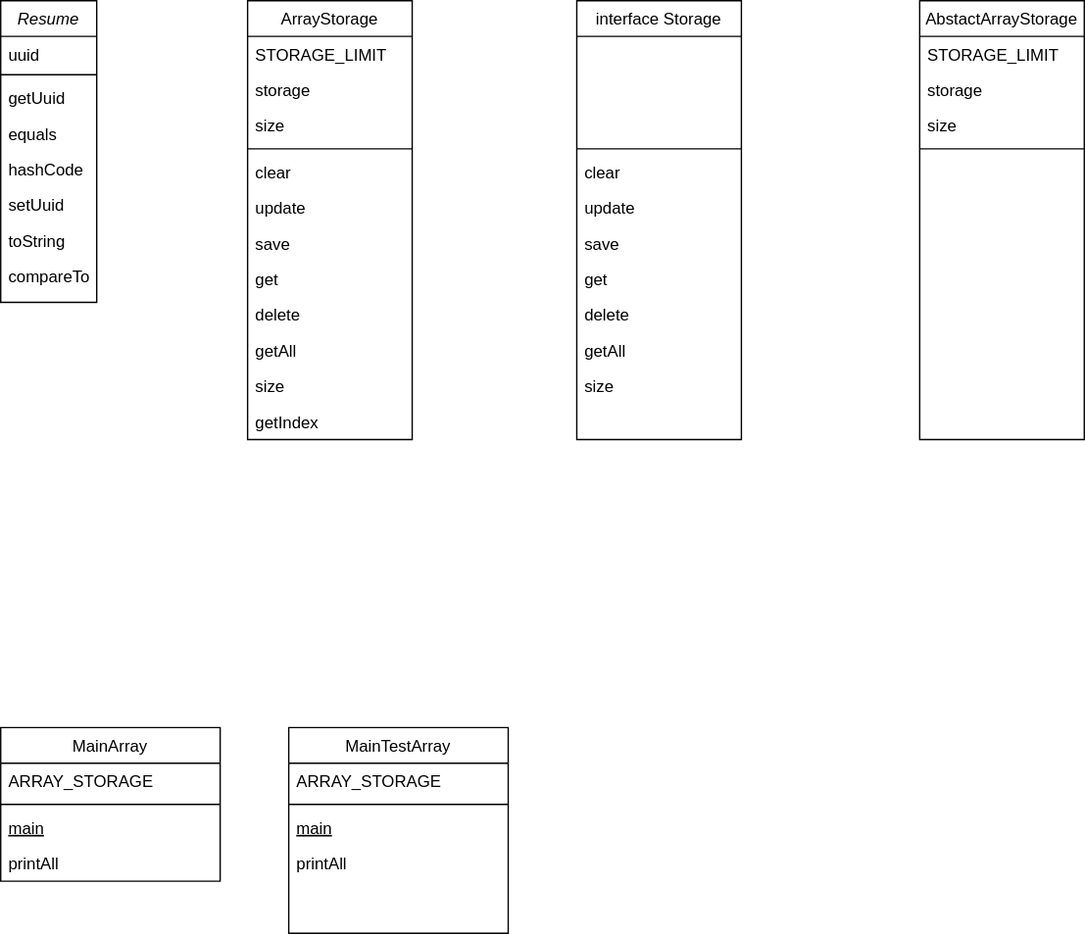
Above: Диаграмма без названия.drawio.svg in darken321/diagrams (draw.io), before the change. Source tidied: cells renumbered, new cells last; positions are measured from the earlier drawing's top-left corner, leaving out a move shared by most shapes.
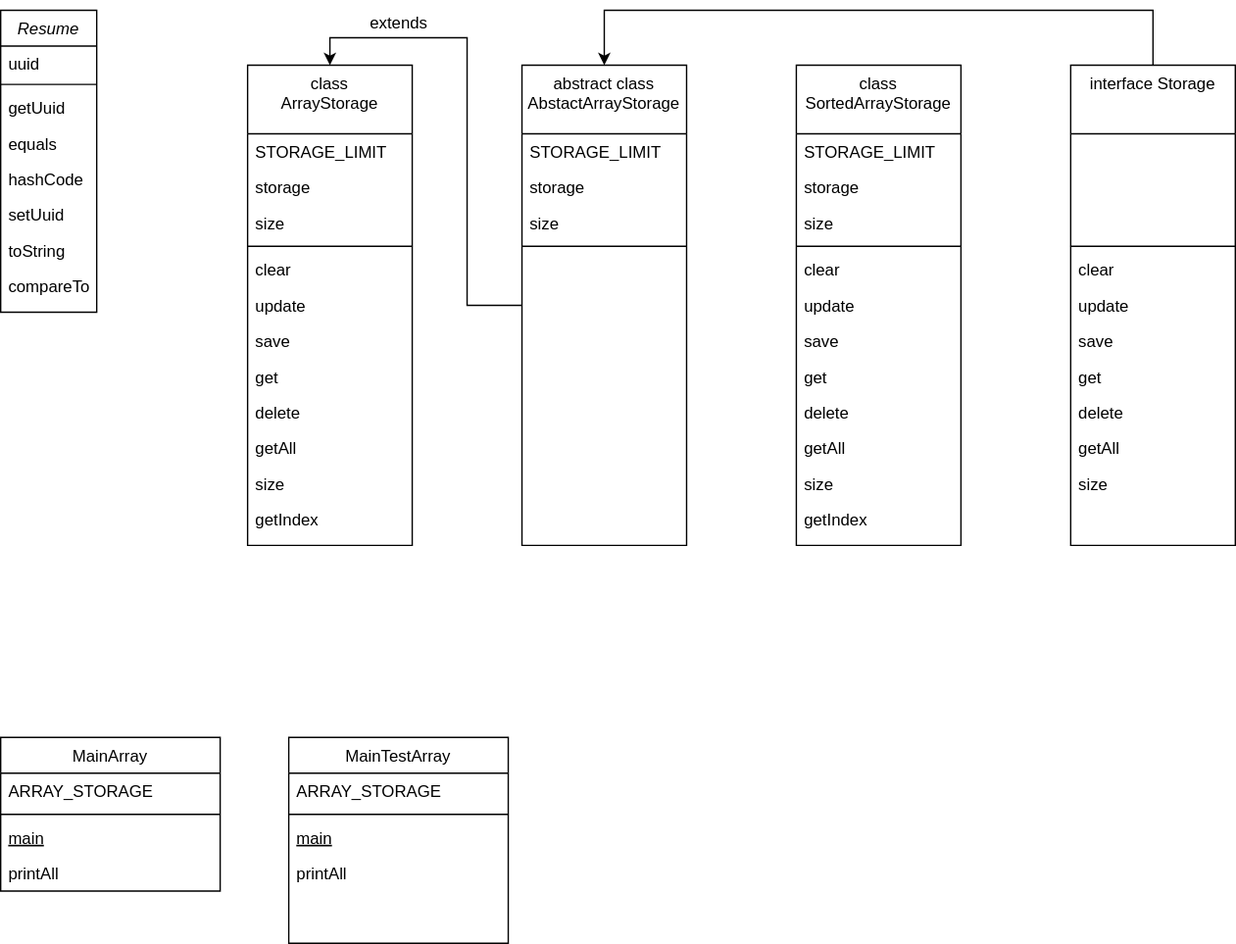
The same diagram one commit later.

The edit, as a diff of the source:
```diff
@@ -59,95 +59,148 @@
     <mxCell id="20" value="printAll" style="text;align=left;verticalAlign=top;spacingLeft=4;spacingRight=4;overflow=hidden;" parent="16" vertex="1">
       <mxGeometry y="86" width="160" height="26" as="geometry" />
     </mxCell>
-    <mxCell id="21" value="ArrayStorage" style="swimlane;fontStyle=0;align=center;verticalAlign=top;horizontal=1;startSize=26;rounded=0;shadow=0;strokeWidth=1;" parent="1" vertex="1">
-      <mxGeometry x="180" width="120" height="320" as="geometry" />
+    <mxCell id="21" value="class&#10;ArrayStorage" style="swimlane;fontStyle=0;align=center;verticalAlign=top;horizontal=1;startSize=50;rounded=0;shadow=0;strokeWidth=1;" parent="1" vertex="1">
+      <mxGeometry x="180" y="40" width="120" height="350" as="geometry" />
     </mxCell>
     <mxCell id="22" value="STORAGE_LIMIT" style="text;align=left;verticalAlign=top;spacingLeft=4;spacingRight=4;overflow=hidden;" parent="21" vertex="1">
-      <mxGeometry y="26" width="120" height="26" as="geometry" />
+      <mxGeometry y="50" width="120" height="26" as="geometry" />
     </mxCell>
     <mxCell id="23" value="storage" style="text;align=left;verticalAlign=top;spacingLeft=4;spacingRight=4;overflow=hidden;rounded=0;shadow=0;html=0;" parent="21" vertex="1">
-      <mxGeometry y="52" width="120" height="26" as="geometry" />
+      <mxGeometry y="76" width="120" height="26" as="geometry" />
     </mxCell>
     <mxCell id="24" value="size" style="text;align=left;verticalAlign=top;spacingLeft=4;spacingRight=4;overflow=hidden;rounded=0;shadow=0;html=0;" parent="21" vertex="1">
-      <mxGeometry y="78" width="120" height="26" as="geometry" />
+      <mxGeometry y="102" width="120" height="26" as="geometry" />
     </mxCell>
     <mxCell id="25" style="line;html=1;strokeWidth=1;align=left;verticalAlign=middle;spacingTop=-1;spacingLeft=3;spacingRight=3;labelPosition=right;" parent="21" vertex="1">
-      <mxGeometry y="104" width="120" height="8" as="geometry" />
+      <mxGeometry y="128" width="120" height="8" as="geometry" />
     </mxCell>
     <mxCell id="26" value="clear" style="text;align=left;verticalAlign=top;spacingLeft=4;spacingRight=4;overflow=hidden;" parent="21" vertex="1">
-      <mxGeometry y="112" width="120" height="26" as="geometry" />
+      <mxGeometry y="136" width="120" height="26" as="geometry" />
     </mxCell>
     <mxCell id="27" value="update" style="text;align=left;verticalAlign=top;spacingLeft=4;spacingRight=4;overflow=hidden;" parent="21" vertex="1">
-      <mxGeometry y="138" width="120" height="26" as="geometry" />
+      <mxGeometry y="162" width="120" height="26" as="geometry" />
     </mxCell>
     <mxCell id="28" value="save" style="text;align=left;verticalAlign=top;spacingLeft=4;spacingRight=4;overflow=hidden;" parent="21" vertex="1">
-      <mxGeometry y="164" width="120" height="26" as="geometry" />
+      <mxGeometry y="188" width="120" height="26" as="geometry" />
     </mxCell>
     <mxCell id="29" value="get" style="text;align=left;verticalAlign=top;spacingLeft=4;spacingRight=4;overflow=hidden;" parent="21" vertex="1">
-      <mxGeometry y="190" width="120" height="26" as="geometry" />
+      <mxGeometry y="214" width="120" height="26" as="geometry" />
     </mxCell>
     <mxCell id="30" value="delete" style="text;align=left;verticalAlign=top;spacingLeft=4;spacingRight=4;overflow=hidden;" parent="21" vertex="1">
-      <mxGeometry y="216" width="120" height="26" as="geometry" />
+      <mxGeometry y="240" width="120" height="26" as="geometry" />
     </mxCell>
     <mxCell id="31" value="getAll" style="text;align=left;verticalAlign=top;spacingLeft=4;spacingRight=4;overflow=hidden;" parent="21" vertex="1">
-      <mxGeometry y="242" width="120" height="26" as="geometry" />
+      <mxGeometry y="266" width="120" height="26" as="geometry" />
     </mxCell>
     <mxCell id="32" value="size" style="text;align=left;verticalAlign=top;spacingLeft=4;spacingRight=4;overflow=hidden;" parent="21" vertex="1">
-      <mxGeometry y="268" width="120" height="26" as="geometry" />
+      <mxGeometry y="292" width="120" height="26" as="geometry" />
     </mxCell>
     <mxCell id="33" value="getIndex" style="text;align=left;verticalAlign=top;spacingLeft=4;spacingRight=4;overflow=hidden;" parent="21" vertex="1">
-      <mxGeometry y="294" width="120" height="26" as="geometry" />
+      <mxGeometry y="318" width="120" height="26" as="geometry" />
     </mxCell>
+    <mxCell id="51" style="edgeStyle=orthogonalEdgeStyle;rounded=0;jettySize=auto;html=1;entryX=0.5;entryY=0;entryDx=0;entryDy=0;" parent="1" edge="1" source="34" target="21">
+      <mxGeometry relative="1" as="geometry" />
+    </mxCell>
-    <mxCell id="34" value="AbstactArrayStorage" style="swimlane;fontStyle=0;align=center;verticalAlign=top;horizontal=1;startSize=26;rounded=0;shadow=0;strokeWidth=1;" parent="1" vertex="1">
-      <mxGeometry x="670" width="120" height="320" as="geometry" />
+    <mxCell id="34" value="abstract class&#10;AbstactArrayStorage" style="swimlane;fontStyle=0;align=center;verticalAlign=top;horizontal=1;startSize=50;rounded=0;shadow=0;strokeWidth=1;" parent="1" vertex="1">
+      <mxGeometry x="380" y="40" width="120" height="350" as="geometry" />
     </mxCell>
     <mxCell id="35" value="STORAGE_LIMIT" style="text;align=left;verticalAlign=top;spacingLeft=4;spacingRight=4;overflow=hidden;" parent="34" vertex="1">
-      <mxGeometry y="26" width="120" height="26" as="geometry" />
+      <mxGeometry y="50" width="120" height="26" as="geometry" />
     </mxCell>
     <mxCell id="36" value="storage" style="text;align=left;verticalAlign=top;spacingLeft=4;spacingRight=4;overflow=hidden;rounded=0;shadow=0;html=0;" parent="34" vertex="1">
-      <mxGeometry y="52" width="120" height="26" as="geometry" />
+      <mxGeometry y="76" width="120" height="26" as="geometry" />
     </mxCell>
     <mxCell id="37" value="size" style="text;align=left;verticalAlign=top;spacingLeft=4;spacingRight=4;overflow=hidden;rounded=0;shadow=0;html=0;" parent="34" vertex="1">
-      <mxGeometry y="78" width="120" height="26" as="geometry" />
+      <mxGeometry y="102" width="120" height="26" as="geometry" />
     </mxCell>
     <mxCell id="38" style="line;html=1;strokeWidth=1;align=left;verticalAlign=middle;spacingTop=-1;spacingLeft=3;spacingRight=3;labelPosition=right;" parent="34" vertex="1">
-      <mxGeometry y="104" width="120" height="8" as="geometry" />
+      <mxGeometry y="128" width="120" height="8" as="geometry" />
     </mxCell>
+    <mxCell id="52" style="edgeStyle=orthogonalEdgeStyle;rounded=0;jettySize=auto;html=1;entryX=0.5;entryY=0;entryDx=0;entryDy=0;" parent="1" edge="1" source="39" target="34">
+      <mxGeometry relative="1" as="geometry">
+        <Array as="points">
+          <mxPoint x="840" />
+          <mxPoint x="440" />
+        </Array>
+      </mxGeometry>
+    </mxCell>
-    <mxCell id="39" value="interface Storage" style="swimlane;fontStyle=0;align=center;verticalAlign=top;horizontal=1;startSize=26;rounded=0;shadow=0;strokeWidth=1;" parent="1" vertex="1">
-      <mxGeometry x="420" width="120" height="320" as="geometry" />
+    <mxCell id="39" value="interface Storage" style="swimlane;fontStyle=0;align=center;verticalAlign=top;horizontal=1;startSize=50;rounded=0;shadow=0;strokeWidth=1;" parent="1" vertex="1">
+      <mxGeometry x="780" y="40" width="120" height="350" as="geometry" />
     </mxCell>
     <mxCell id="40" value=" " style="text;align=left;verticalAlign=top;spacingLeft=4;spacingRight=4;overflow=hidden;" parent="39" vertex="1">
-      <mxGeometry y="26" width="120" height="26" as="geometry" />
+      <mxGeometry y="50" width="120" height="26" as="geometry" />
     </mxCell>
     <mxCell id="41" value=" " style="text;align=left;verticalAlign=top;spacingLeft=4;spacingRight=4;overflow=hidden;rounded=0;shadow=0;html=0;" parent="39" vertex="1">
-      <mxGeometry y="52" width="120" height="26" as="geometry" />
+      <mxGeometry y="76" width="120" height="26" as="geometry" />
     </mxCell>
     <mxCell id="42" value=" " style="text;align=left;verticalAlign=top;spacingLeft=4;spacingRight=4;overflow=hidden;rounded=0;shadow=0;html=0;" parent="39" vertex="1">
-      <mxGeometry y="78" width="120" height="26" as="geometry" />
+      <mxGeometry y="102" width="120" height="26" as="geometry" />
     </mxCell>
     <mxCell id="43" style="line;html=1;strokeWidth=1;align=left;verticalAlign=middle;spacingTop=-1;spacingLeft=3;spacingRight=3;labelPosition=right;" parent="39" vertex="1">
-      <mxGeometry y="104" width="120" height="8" as="geometry" />
+      <mxGeometry y="128" width="120" height="8" as="geometry" />
     </mxCell>
     <mxCell id="44" value="clear" style="text;align=left;verticalAlign=top;spacingLeft=4;spacingRight=4;overflow=hidden;" parent="39" vertex="1">
-      <mxGeometry y="112" width="120" height="26" as="geometry" />
+      <mxGeometry y="136" width="120" height="26" as="geometry" />
     </mxCell>
     <mxCell id="45" value="update" style="text;align=left;verticalAlign=top;spacingLeft=4;spacingRight=4;overflow=hidden;" parent="39" vertex="1">
-      <mxGeometry y="138" width="120" height="26" as="geometry" />
+      <mxGeometry y="162" width="120" height="26" as="geometry" />
     </mxCell>
     <mxCell id="46" value="save" style="text;align=left;verticalAlign=top;spacingLeft=4;spacingRight=4;overflow=hidden;" parent="39" vertex="1">
-      <mxGeometry y="164" width="120" height="26" as="geometry" />
+      <mxGeometry y="188" width="120" height="26" as="geometry" />
     </mxCell>
     <mxCell id="47" value="get" style="text;align=left;verticalAlign=top;spacingLeft=4;spacingRight=4;overflow=hidden;" parent="39" vertex="1">
-      <mxGeometry y="190" width="120" height="26" as="geometry" />
+      <mxGeometry y="214" width="120" height="26" as="geometry" />
     </mxCell>
     <mxCell id="48" value="delete" style="text;align=left;verticalAlign=top;spacingLeft=4;spacingRight=4;overflow=hidden;" parent="39" vertex="1">
-      <mxGeometry y="216" width="120" height="26" as="geometry" />
+      <mxGeometry y="240" width="120" height="26" as="geometry" />
     </mxCell>
     <mxCell id="49" value="getAll" style="text;align=left;verticalAlign=top;spacingLeft=4;spacingRight=4;overflow=hidden;" parent="39" vertex="1">
-      <mxGeometry y="242" width="120" height="26" as="geometry" />
+      <mxGeometry y="266" width="120" height="26" as="geometry" />
     </mxCell>
     <mxCell id="50" value="size" style="text;align=left;verticalAlign=top;spacingLeft=4;spacingRight=4;overflow=hidden;" parent="39" vertex="1">
-      <mxGeometry y="268" width="120" height="26" as="geometry" />
+      <mxGeometry y="292" width="120" height="26" as="geometry" />
     </mxCell>
+    <mxCell id="53" value="class&#10;SortedArrayStorage" style="swimlane;fontStyle=0;align=center;verticalAlign=top;horizontal=1;startSize=50;rounded=0;shadow=0;strokeWidth=1;" parent="1" vertex="1">
+      <mxGeometry x="580" y="40" width="120" height="350" as="geometry" />
+    </mxCell>
+    <mxCell id="54" value="STORAGE_LIMIT" style="text;align=left;verticalAlign=top;spacingLeft=4;spacingRight=4;overflow=hidden;" parent="53" vertex="1">
+      <mxGeometry y="50" width="120" height="26" as="geometry" />
+    </mxCell>
+    <mxCell id="55" value="storage" style="text;align=left;verticalAlign=top;spacingLeft=4;spacingRight=4;overflow=hidden;rounded=0;shadow=0;html=0;" parent="53" vertex="1">
+      <mxGeometry y="76" width="120" height="26" as="geometry" />
+    </mxCell>
+    <mxCell id="56" value="size" style="text;align=left;verticalAlign=top;spacingLeft=4;spacingRight=4;overflow=hidden;rounded=0;shadow=0;html=0;" parent="53" vertex="1">
+      <mxGeometry y="102" width="120" height="26" as="geometry" />
+    </mxCell>
+    <mxCell id="57" style="line;html=1;strokeWidth=1;align=left;verticalAlign=middle;spacingTop=-1;spacingLeft=3;spacingRight=3;labelPosition=right;" parent="53" vertex="1">
+      <mxGeometry y="128" width="120" height="8" as="geometry" />
+    </mxCell>
+    <mxCell id="58" value="clear" style="text;align=left;verticalAlign=top;spacingLeft=4;spacingRight=4;overflow=hidden;" parent="53" vertex="1">
+      <mxGeometry y="136" width="120" height="26" as="geometry" />
+    </mxCell>
+    <mxCell id="59" value="update" style="text;align=left;verticalAlign=top;spacingLeft=4;spacingRight=4;overflow=hidden;" parent="53" vertex="1">
+      <mxGeometry y="162" width="120" height="26" as="geometry" />
+    </mxCell>
+    <mxCell id="60" value="save" style="text;align=left;verticalAlign=top;spacingLeft=4;spacingRight=4;overflow=hidden;" parent="53" vertex="1">
+      <mxGeometry y="188" width="120" height="26" as="geometry" />
+    </mxCell>
+    <mxCell id="61" value="get" style="text;align=left;verticalAlign=top;spacingLeft=4;spacingRight=4;overflow=hidden;" parent="53" vertex="1">
+      <mxGeometry y="214" width="120" height="26" as="geometry" />
+    </mxCell>
+    <mxCell id="62" value="delete" style="text;align=left;verticalAlign=top;spacingLeft=4;spacingRight=4;overflow=hidden;" parent="53" vertex="1">
+      <mxGeometry y="240" width="120" height="26" as="geometry" />
+    </mxCell>
+    <mxCell id="63" value="getAll" style="text;align=left;verticalAlign=top;spacingLeft=4;spacingRight=4;overflow=hidden;" parent="53" vertex="1">
+      <mxGeometry y="266" width="120" height="26" as="geometry" />
+    </mxCell>
+    <mxCell id="64" value="size" style="text;align=left;verticalAlign=top;spacingLeft=4;spacingRight=4;overflow=hidden;" parent="53" vertex="1">
+      <mxGeometry y="292" width="120" height="26" as="geometry" />
+    </mxCell>
+    <mxCell id="65" value="getIndex" style="text;align=left;verticalAlign=top;spacingLeft=4;spacingRight=4;overflow=hidden;" parent="53" vertex="1">
+      <mxGeometry y="318" width="120" height="26" as="geometry" />
+    </mxCell>
+    <mxCell id="66" value="extends" style="text;html=1;align=center;verticalAlign=middle;strokeColor=none;fillColor=none;" parent="1" vertex="1">
+      <mxGeometry x="255" y="-5" width="70" height="30" as="geometry" />
+    </mxCell>
   </root>
 </mxGraphModel>
```
